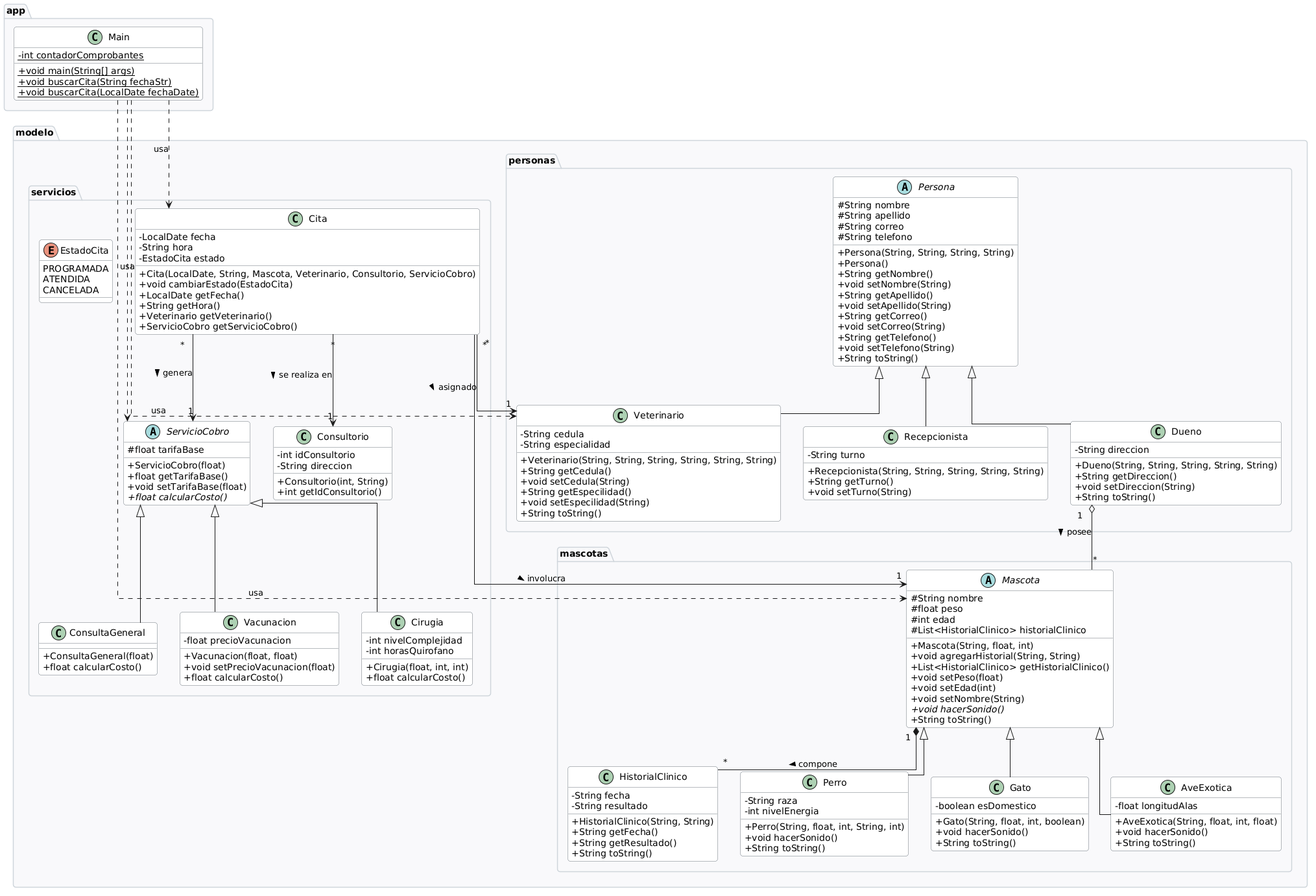
This is docs/diagramas/diagramaUML1.png from AngelSanchez18/petcare-poo-java-, a PlantUML export, as it was before one commit. The source it was exported from:
```plantuml
@startuml
skinparam linetype ortho
skinparam classAttributeIconSize 0
skinparam Shadowing false
skinparam RoundCorner 8

skinparam PackageBackgroundColor #F8F9FA
skinparam PackageBorderColor #CED4DA

skinparam ClassBackgroundColor #FFFFFF
skinparam ClassBorderColor #6C757D

skinparam AbstractClassBackgroundColor #E9ECEF
skinparam AbstractClassBorderColor #495057

skinparam InterfaceBackgroundColor #FFF3CD
skinparam InterfaceBorderColor #FFC107

skinparam EnumBackgroundColor #D1E7DD
skinparam EnumBorderColor #198754

package "app" {
    class Main {
        - {static} int contadorComprobantes
        + {static} void main(String[] args)
        + {static} void buscarCita(String fechaStr)
        + {static} void buscarCita(LocalDate fechaDate)
    }
}

package "modelo.personas" {
    abstract class Persona {
        # String nombre
        # String apellido
        # String correo
        # String telefono
        + Persona(String, String, String, String)
        + Persona()
        + String getNombre()
        + void setNombre(String)
        + String getApellido()
        + void setApellido(String)
        + String getCorreo()
        + void setCorreo(String)
        + String getTelefono()
        + void setTelefono(String)
        + String toString()
    }

    class Dueno {
        - String direccion
        + Dueno(String, String, String, String, String)
        + String getDireccion()
        + void setDireccion(String)
        + String toString()
    }

    class Veterinario {
        - String cedula
        - String especialidad
        + Veterinario(String, String, String, String, String, String)
        + String getCedula()
        + void setCedula(String)
        + String getEspecilidad()
        + void setEspecilidad(String)
        + String toString()
    }

    class Recepcionista {
        - String turno
        + Recepcionista(String, String, String, String, String)
        + String getTurno()
        + void setTurno(String)
    }
}

package "modelo.mascotas" {
    class HistorialClinico {
        - String fecha
        - String resultado
        + HistorialClinico(String, String)
        + String getFecha()
        + String getResultado()
        + String toString()
    }

    abstract class Mascota {
        # String nombre
        # float peso
        # int edad
        # List<HistorialClinico> historialClinico
        + Mascota(String, float, int)
        + void agregarHistorial(String, String)
        + List<HistorialClinico> getHistorialClinico()
        + void setPeso(float)
        + void setEdad(int)
        + void setNombre(String)
        {abstract} + void hacerSonido()
        + String toString()
    }

    class Perro {
        - String raza
        - int nivelEnergia
        + Perro(String, float, int, String, int)
        + void hacerSonido()
        + String toString()
    }

    class Gato {
        - boolean esDomestico
        + Gato(String, float, int, boolean)
        + void hacerSonido()
        + String toString()
    }

    class AveExotica {
        - float longitudAlas
        + AveExotica(String, float, int, float)
        + void hacerSonido()
        + String toString()
    }
}

package "modelo.servicios" {
    abstract class ServicioCobro {
        # float tarifaBase
        + ServicioCobro(float)
        + float getTarifaBase()
        + void setTarifaBase(float)
        {abstract} + float calcularCosto()
    }

    class ConsultaGeneral {
        + ConsultaGeneral(float)
        + float calcularCosto()
    }

    class Vacunacion {
        - float precioVacunacion
        + Vacunacion(float, float)
        + void setPrecioVacunacion(float)
        + float calcularCosto()
    }

    class Cirugia {
        - int nivelComplejidad
        - int horasQuirofano
        + Cirugia(float, int, int)
        + float calcularCosto()
    }

    class Consultorio {
        - int idConsultorio
        - String direccion
        + Consultorio(int, String)
        + int getIdConsultorio()
    }

    enum EstadoCita {
        PROGRAMADA
        ATENDIDA
        CANCELADA
    }

    class Cita {
        - LocalDate fecha
        - String hora
        - EstadoCita estado
        + Cita(LocalDate, String, Mascota, Veterinario, Consultorio, ServicioCobro)
        + void cambiarEstado(EstadoCita)
        + LocalDate getFecha()
        + String getHora()
        + Veterinario getVeterinario()
        + ServicioCobro getServicioCobro()
    }
}

Persona <|-- Dueno
Persona <|-- Veterinario
Persona <|-- Recepcionista

Mascota <|-- Perro
Mascota <|-- Gato
Mascota <|-- AveExotica

ServicioCobro <|-- ConsultaGeneral
ServicioCobro <|-- Vacunacion
ServicioCobro <|-- Cirugia

Dueno "1" o-- "*" Mascota : posee >
Mascota "1" *-- "*" HistorialClinico : compone >

Cita "*" --> "1" Mascota : involucra >
Cita "*" --> "1" Veterinario : asignado >
Cita "*" --> "1" Consultorio : se realiza en >
Cita "*" --> "1" ServicioCobro : genera >

Main ..> Mascota : usa
Main ..> Veterinario : usa
Main ..> ServicioCobro : usa
Main ..> Cita : usa
@enduml
```
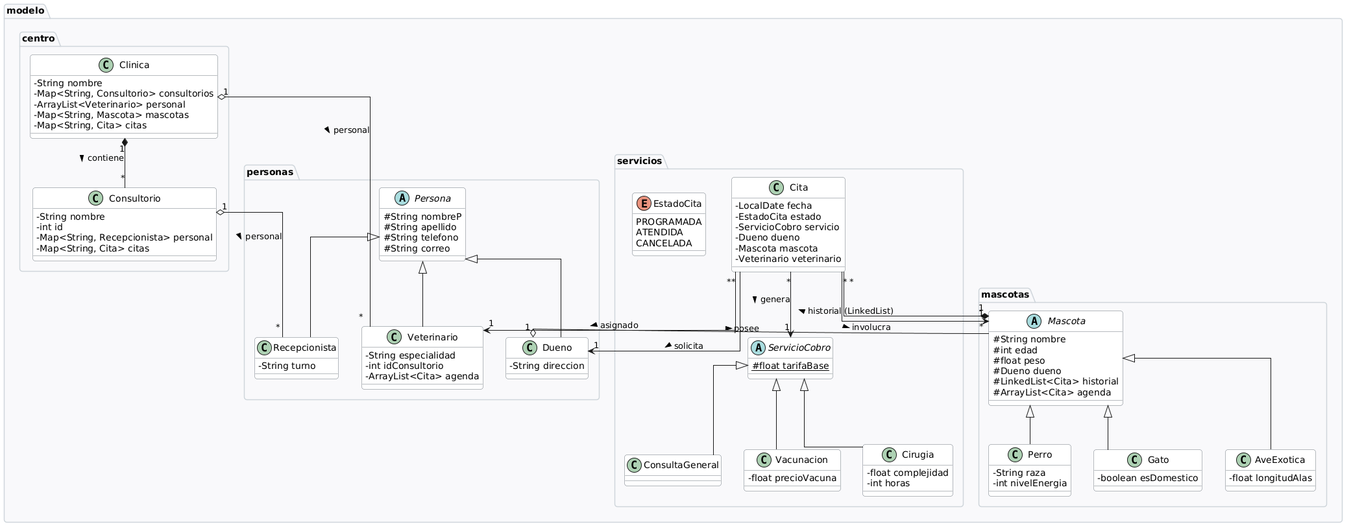
Above is the later version.

Change to the diagram source:
```diff
@@ -6,155 +6,92 @@
 
 skinparam PackageBackgroundColor #F8F9FA
 skinparam PackageBorderColor #CED4DA
-
 skinparam ClassBackgroundColor #FFFFFF
 skinparam ClassBorderColor #6C757D
-
 skinparam AbstractClassBackgroundColor #E9ECEF
 skinparam AbstractClassBorderColor #495057
-
-skinparam InterfaceBackgroundColor #FFF3CD
-skinparam InterfaceBorderColor #FFC107
-
 skinparam EnumBackgroundColor #D1E7DD
 skinparam EnumBorderColor #198754
 
-package "app" {
-    class Main {
-        - {static} int contadorComprobantes
-        + {static} void main(String[] args)
-        + {static} void buscarCita(String fechaStr)
-        + {static} void buscarCita(LocalDate fechaDate)
+package "modelo.centro" {
+    class Clinica {
+        - String nombre
+        - Map<String, Consultorio> consultorios
+        - ArrayList<Veterinario> personal
+        - Map<String, Mascota> mascotas
+        - Map<String, Cita> citas
+    }
+
+    class Consultorio {
+        - String nombre
+        - int id
+        - Map<String, Recepcionista> personal
+        - Map<String, Cita> citas
     }
 }
 
 package "modelo.personas" {
     abstract class Persona {
-        # String nombre
+        # String nombreP
         # String apellido
+        # String telefono
         # String correo
-        # String telefono
-        + Persona(String, String, String, String)
-        + Persona()
-        + String getNombre()
-        + void setNombre(String)
-        + String getApellido()
-        + void setApellido(String)
-        + String getCorreo()
-        + void setCorreo(String)
-        + String getTelefono()
-        + void setTelefono(String)
-        + String toString()
     }
 
     class Dueno {
         - String direccion
-        + Dueno(String, String, String, String, String)
-        + String getDireccion()
-        + void setDireccion(String)
-        + String toString()
-    }
-
-    class Veterinario {
-        - String cedula
-        - String especialidad
-        + Veterinario(String, String, String, String, String, String)
-        + String getCedula()
-        + void setCedula(String)
-        + String getEspecilidad()
-        + void setEspecilidad(String)
-        + String toString()
     }
 
     class Recepcionista {
         - String turno
-        + Recepcionista(String, String, String, String, String)
-        + String getTurno()
-        + void setTurno(String)
+    }
+
+    class Veterinario {
+        - String especialidad
+        - int idConsultorio
+        - ArrayList<Cita> agenda
     }
 }
 
 package "modelo.mascotas" {
-    class HistorialClinico {
-        - String fecha
-        - String resultado
-        + HistorialClinico(String, String)
-        + String getFecha()
-        + String getResultado()
-        + String toString()
-    }
-
     abstract class Mascota {
         # String nombre
+        # int edad
         # float peso
-        # int edad
-        # List<HistorialClinico> historialClinico
-        + Mascota(String, float, int)
-        + void agregarHistorial(String, String)
-        + List<HistorialClinico> getHistorialClinico()
-        + void setPeso(float)
-        + void setEdad(int)
-        + void setNombre(String)
-        {abstract} + void hacerSonido()
-        + String toString()
+        # Dueno dueno
+        # LinkedList<Cita> historial
+        # ArrayList<Cita> agenda
     }
 
     class Perro {
         - String raza
         - int nivelEnergia
-        + Perro(String, float, int, String, int)
-        + void hacerSonido()
-        + String toString()
     }
 
     class Gato {
         - boolean esDomestico
-        + Gato(String, float, int, boolean)
-        + void hacerSonido()
-        + String toString()
     }
 
     class AveExotica {
         - float longitudAlas
-        + AveExotica(String, float, int, float)
-        + void hacerSonido()
-        + String toString()
     }
 }
 
 package "modelo.servicios" {
     abstract class ServicioCobro {
-        # float tarifaBase
-        + ServicioCobro(float)
-        + float getTarifaBase()
-        + void setTarifaBase(float)
-        {abstract} + float calcularCosto()
+        # {static} float tarifaBase
     }
 
     class ConsultaGeneral {
-        + ConsultaGeneral(float)
-        + float calcularCosto()
     }
 
     class Vacunacion {
-        - float precioVacunacion
-        + Vacunacion(float, float)
-        + void setPrecioVacunacion(float)
-        + float calcularCosto()
+        - float precioVacuna
     }
 
     class Cirugia {
-        - int nivelComplejidad
-        - int horasQuirofano
-        + Cirugia(float, int, int)
-        + float calcularCosto()
-    }
-
-    class Consultorio {
-        - int idConsultorio
-        - String direccion
-        + Consultorio(int, String)
-        + int getIdConsultorio()
+        - float complejidad
+        - int horas
     }
 
     enum EstadoCita {
@@ -165,20 +102,17 @@
 
     class Cita {
         - LocalDate fecha
-        - String hora
         - EstadoCita estado
-        + Cita(LocalDate, String, Mascota, Veterinario, Consultorio, ServicioCobro)
-        + void cambiarEstado(EstadoCita)
-        + LocalDate getFecha()
-        + String getHora()
-        + Veterinario getVeterinario()
-        + ServicioCobro getServicioCobro()
+        - ServicioCobro servicio
+        - Dueno dueno
+        - Mascota mascota
+        - Veterinario veterinario
     }
 }
 
 Persona <|-- Dueno
+Persona <|-- Recepcionista
 Persona <|-- Veterinario
-Persona <|-- Recepcionista
 
 Mascota <|-- Perro
 Mascota <|-- Gato
@@ -188,16 +122,15 @@
 ServicioCobro <|-- Vacunacion
 ServicioCobro <|-- Cirugia
 
+Clinica "1" *-- "*" Consultorio : contiene >
+Clinica "1" o-- "*" Veterinario : personal >
+Consultorio "1" o-- "*" Recepcionista : personal >
+
 Dueno "1" o-- "*" Mascota : posee >
-Mascota "1" *-- "*" HistorialClinico : compone >
+Mascota "1" *-- "*" Cita : historial (LinkedList) >
 
+Cita "*" --> "1" ServicioCobro : genera >
+Cita "*" --> "1" Dueno : solicita >
 Cita "*" --> "1" Mascota : involucra >
 Cita "*" --> "1" Veterinario : asignado >
-Cita "*" --> "1" Consultorio : se realiza en >
-Cita "*" --> "1" ServicioCobro : genera >
-
-Main ..> Mascota : usa
-Main ..> Veterinario : usa
-Main ..> ServicioCobro : usa
-Main ..> Cita : usa
 @enduml
```
